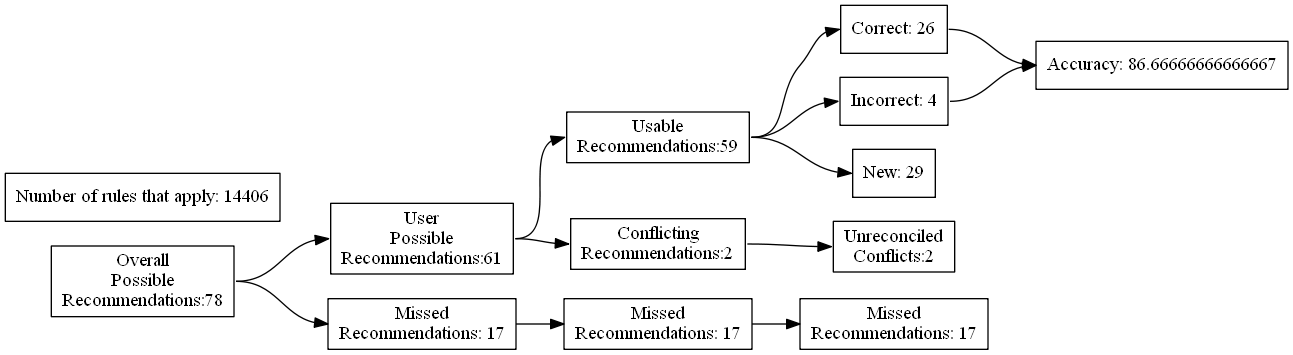
ZaxR/ibd_diet_analysis keeps this Graphviz diagram as test_renders/42.gv.png. Above is the earlier version. Its source is kept beside it as test_renders/42.gv.
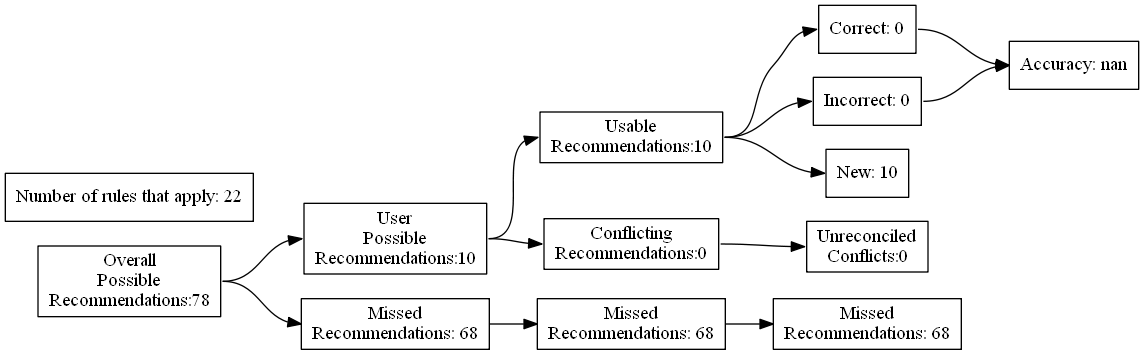
After the change.

The edit, as a diff of the source:
```diff
@@ -7,24 +7,24 @@
 Recommendations:78"]
 		B [label="User
 Possible
-Recommendations:61"]
+Recommendations:10"]
 		C [label="Missed
-Recommendations: 17"]
+Recommendations: 68"]
 		D [label="Usable
-Recommendations:59"]
+Recommendations:10"]
 		E [label="Conflicting
-Recommendations:2"]
+Recommendations:0"]
 		J [label="Missed
-Recommendations: 17"]
+Recommendations: 68"]
 		M [label="Unreconciled
-Conflicts:2"]
-		F [label="Correct: 26"]
-		G [label="Incorrect: 4"]
-		H [label="New: 29"]
+Conflicts:0"]
+		F [label="Correct: 0"]
+		G [label="Incorrect: 0"]
+		H [label="New: 10"]
 		K [label="Missed
-Recommendations: 17"]
-		I [label="Accuracy: 86.66666666666667"]
-		l [label="Number of rules that apply: 14406"]
+Recommendations: 68"]
+		I [label="Accuracy: nan"]
+		l [label="Number of rules that apply: 22"]
 			A -> B
 			A -> C
 			B -> D
```
